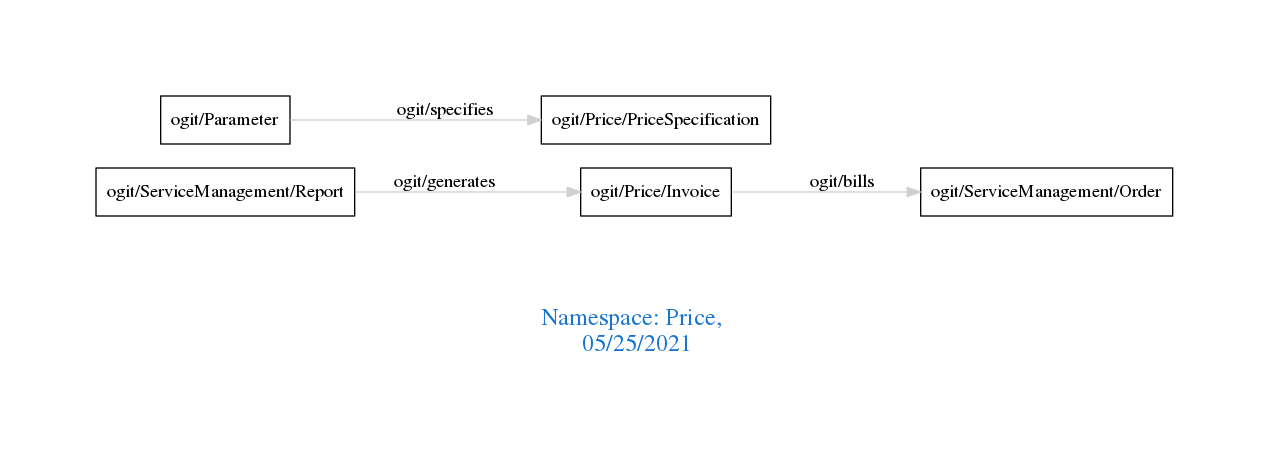
This is downloads/Price.png from arago/OGIT, a Graphviz export, as it was before one commit. Its source is kept beside it as downloads/Price.dot.
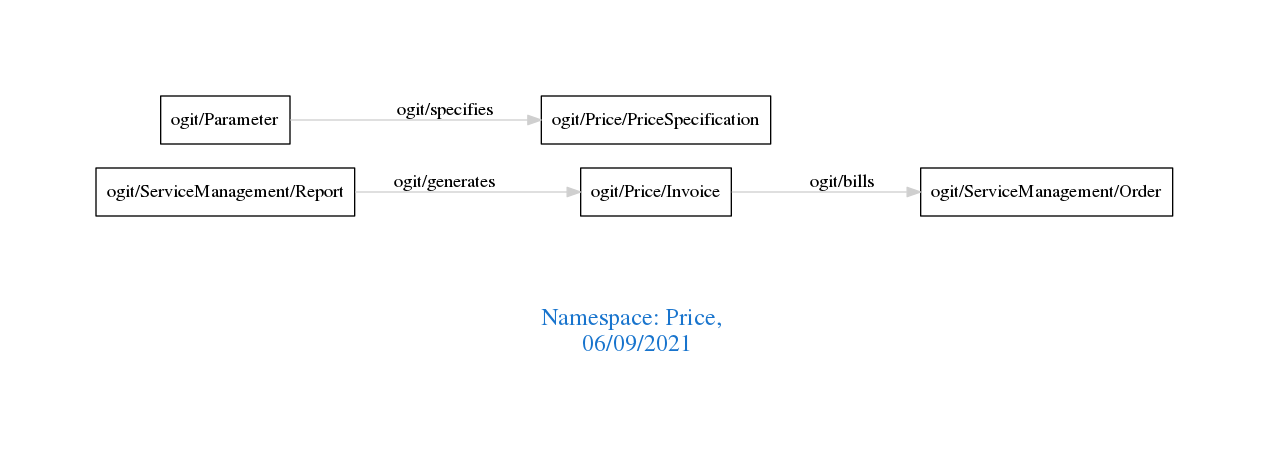
After the change.

Diff of the diagram source:
```diff
@@ -1,7 +1,7 @@
 digraph OGIT_ontology {
  graph [ rankdir= LR,pad=1
 fontsize = 18,
-fontcolor= dodgerblue3,label = "\n\n\nNamespace: Price, \n 05/25/2021"];
+fontcolor= dodgerblue3,label = "\n\n\nNamespace: Price, \n 06/09/2021"];
 node[shape=polygon];
 edge [  color="gray81"];
 
```
